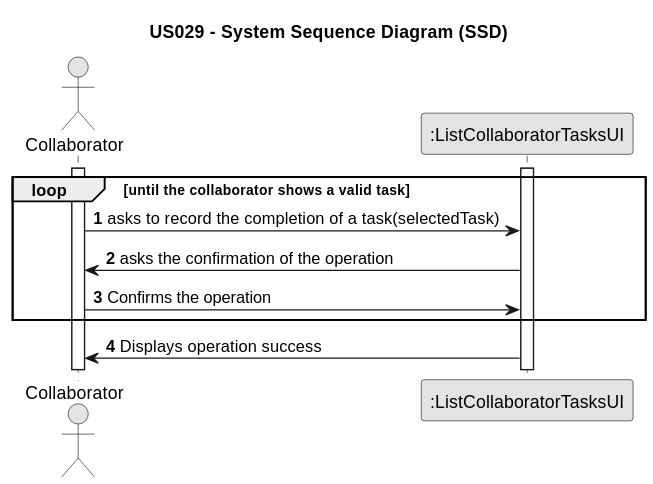
The PlantUML diagram docs/sprintC/us029/01.requirements-engineering/svg/us029-system-sequence-diagram.svg in Rui-San/LAPR2_2023_2024, before a commit.
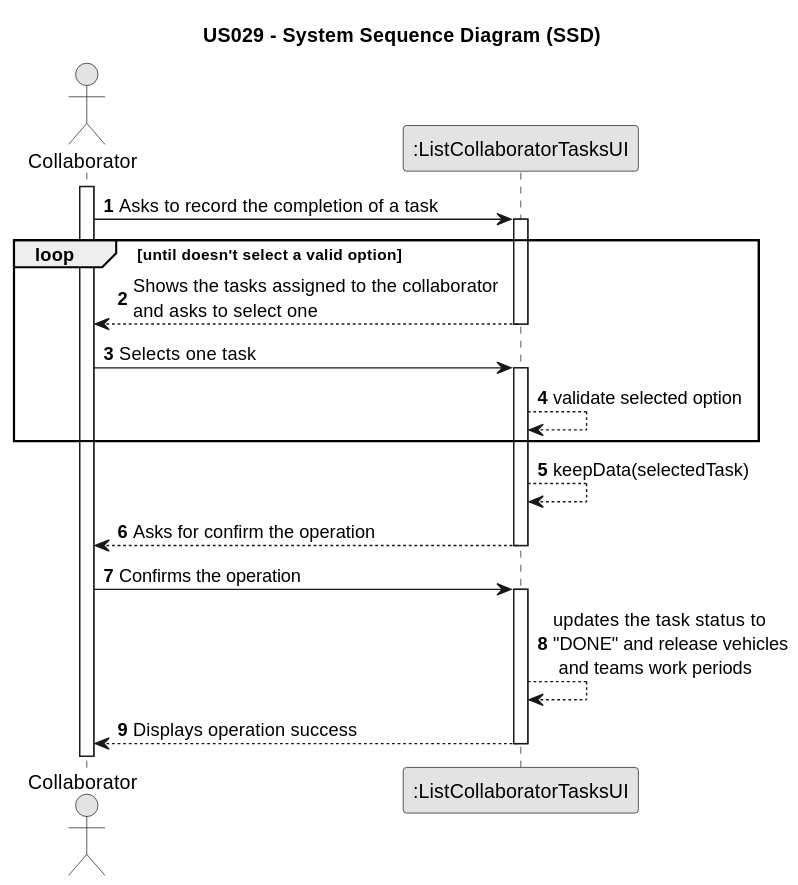
The same file after the commit.

Diff of the diagram source:
```diff
@@ -6,21 +6,31 @@
 title US029 - System Sequence Diagram (SSD)
 
 autonumber
+
 actor "Collaborator" as Collaborator
 participant ":ListCollaboratorTasksUI" as UI
 
+activate Collaborator
 
-activate Collaborator
-activate UI
+    Collaborator -> UI : Asks to record the completion of a task
+    activate UI
 
-loop until the collaborator shows a valid task
-Collaborator -> UI: asks to record the completion of a task(selectedTask)
-UI -> Collaborator: asks the confirmation of the operation
-Collaborator -> UI: Confirms the operation
+loop until doesn't select a valid option
+        UI --> Collaborator : Shows the tasks assigned to the collaborator \nand asks to select one
+    deactivate UI
 
+    Collaborator -> UI : Selects one task
+    activate UI
+        UI --> UI : validate selected option
 end loop
+        UI --> UI: keepData(selectedTask)
 
+        UI --> Collaborator : Asks for confirm the operation
+        deactivate UI
+        Collaborator -> UI: Confirms the operation
+        activate UI
+        UI --> UI : updates the task status to\n"DONE" and release vehicles\n and teams work periods
 
-
-UI -> Collaborator: Displays operation success
+        UI --> Collaborator : Displays operation success
+    deactivate UI
 @enduml
```
